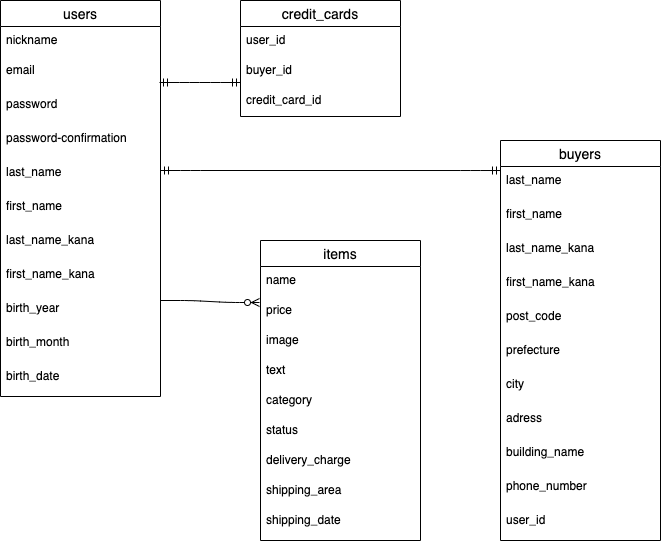
This is table.drawio.png from takuya-tsunematsu/furima-33795, a draw.io export, as it was before one commit. Source tidied: cells renumbered, new cells last; positions are measured from the earlier drawing's top-left corner, leaving out a move shared by most shapes. Source of this version:
```xml
<mxGraphModel>
  <root>
    <mxCell id="0" />
    <mxCell id="1" parent="0" />
    <mxCell id="2" value="users" style="swimlane;fontStyle=0;horizontal=1;startSize=26;align=center;fontSize=14;" parent="1" vertex="1">
      <mxGeometry width="160" height="396" as="geometry" />
    </mxCell>
    <mxCell id="3" value="nickname" style="text;strokeColor=none;fillColor=none;spacingLeft=4;spacingRight=4;overflow=hidden;fontSize=12;" parent="2" vertex="1">
      <mxGeometry y="26" width="160" height="30" as="geometry" />
    </mxCell>
    <mxCell id="4" value="email" style="text;strokeColor=none;fillColor=none;spacingLeft=4;spacingRight=4;overflow=hidden;fontSize=12;" parent="2" vertex="1">
      <mxGeometry y="56" width="160" height="34" as="geometry" />
    </mxCell>
    <mxCell id="5" value="password" style="text;strokeColor=none;fillColor=none;spacingLeft=4;spacingRight=4;overflow=hidden;fontSize=12;" parent="2" vertex="1">
      <mxGeometry y="90" width="160" height="34" as="geometry" />
    </mxCell>
    <mxCell id="6" value="password-confirmation" style="text;strokeColor=none;fillColor=none;spacingLeft=4;spacingRight=4;overflow=hidden;fontSize=12;" parent="2" vertex="1">
      <mxGeometry y="124" width="160" height="34" as="geometry" />
    </mxCell>
    <mxCell id="7" value="last_name" style="text;strokeColor=none;fillColor=none;spacingLeft=4;spacingRight=4;overflow=hidden;fontSize=12;" parent="2" vertex="1">
      <mxGeometry y="158" width="160" height="34" as="geometry" />
    </mxCell>
    <mxCell id="8" value="first_name" style="text;strokeColor=none;fillColor=none;spacingLeft=4;spacingRight=4;overflow=hidden;fontSize=12;" parent="2" vertex="1">
      <mxGeometry y="192" width="160" height="34" as="geometry" />
    </mxCell>
    <mxCell id="9" value="last_name_kana" style="text;strokeColor=none;fillColor=none;spacingLeft=4;spacingRight=4;overflow=hidden;fontSize=12;" parent="2" vertex="1">
      <mxGeometry y="226" width="160" height="34" as="geometry" />
    </mxCell>
    <mxCell id="10" value="first_name_kana" style="text;strokeColor=none;fillColor=none;spacingLeft=4;spacingRight=4;overflow=hidden;fontSize=12;" parent="2" vertex="1">
      <mxGeometry y="260" width="160" height="34" as="geometry" />
    </mxCell>
    <mxCell id="11" value="birth_year" style="text;strokeColor=none;fillColor=none;spacingLeft=4;spacingRight=4;overflow=hidden;fontSize=12;" parent="2" vertex="1">
      <mxGeometry y="294" width="160" height="34" as="geometry" />
    </mxCell>
    <mxCell id="12" value="birth_month" style="text;strokeColor=none;fillColor=none;spacingLeft=4;spacingRight=4;overflow=hidden;fontSize=12;" parent="2" vertex="1">
      <mxGeometry y="328" width="160" height="34" as="geometry" />
    </mxCell>
    <mxCell id="13" value="birth_date" style="text;strokeColor=none;fillColor=none;spacingLeft=4;spacingRight=4;overflow=hidden;fontSize=12;" parent="2" vertex="1">
      <mxGeometry y="362" width="160" height="34" as="geometry" />
    </mxCell>
    <mxCell id="14" value="items" style="swimlane;fontStyle=0;horizontal=1;startSize=26;align=center;fontSize=14;" parent="1" vertex="1">
      <mxGeometry x="260" y="240" width="160" height="300" as="geometry" />
    </mxCell>
    <mxCell id="15" value="name" style="text;strokeColor=none;fillColor=none;spacingLeft=4;spacingRight=4;overflow=hidden;fontSize=12;" parent="14" vertex="1">
      <mxGeometry y="26" width="160" height="30" as="geometry" />
    </mxCell>
    <mxCell id="16" value="price" style="text;strokeColor=none;fillColor=none;spacingLeft=4;spacingRight=4;overflow=hidden;fontSize=12;" parent="14" vertex="1">
      <mxGeometry y="56" width="160" height="30" as="geometry" />
    </mxCell>
    <mxCell id="17" value="image" style="text;strokeColor=none;fillColor=none;spacingLeft=4;spacingRight=4;overflow=hidden;fontSize=12;" parent="14" vertex="1">
      <mxGeometry y="86" width="160" height="30" as="geometry" />
    </mxCell>
    <mxCell id="18" value="text" style="text;strokeColor=none;fillColor=none;spacingLeft=4;spacingRight=4;overflow=hidden;fontSize=12;" parent="14" vertex="1">
      <mxGeometry y="116" width="160" height="30" as="geometry" />
    </mxCell>
    <mxCell id="19" value="category" style="text;strokeColor=none;fillColor=none;spacingLeft=4;spacingRight=4;overflow=hidden;points=[[0,0.5],[1,0.5]];portConstraint=eastwest;fontSize=12;" parent="14" vertex="1">
      <mxGeometry y="146" width="160" height="30" as="geometry" />
    </mxCell>
    <mxCell id="20" value="status" style="text;strokeColor=none;fillColor=none;spacingLeft=4;spacingRight=4;overflow=hidden;fontSize=12;" parent="14" vertex="1">
      <mxGeometry y="176" width="160" height="30" as="geometry" />
    </mxCell>
    <mxCell id="21" value="delivery_charge" style="text;strokeColor=none;fillColor=none;spacingLeft=4;spacingRight=4;overflow=hidden;fontSize=12;" parent="14" vertex="1">
      <mxGeometry y="206" width="160" height="30" as="geometry" />
    </mxCell>
    <mxCell id="22" value="shipping_area" style="text;strokeColor=none;fillColor=none;spacingLeft=4;spacingRight=4;overflow=hidden;fontSize=12;" parent="14" vertex="1">
      <mxGeometry y="236" width="160" height="30" as="geometry" />
    </mxCell>
    <mxCell id="23" value="shipping_date" style="text;strokeColor=none;fillColor=none;spacingLeft=4;spacingRight=4;overflow=hidden;fontSize=12;" parent="14" vertex="1">
      <mxGeometry y="266" width="160" height="34" as="geometry" />
    </mxCell>
    <mxCell id="24" value="buyers" style="swimlane;fontStyle=0;horizontal=1;startSize=26;align=center;fontSize=14;" parent="1" vertex="1">
      <mxGeometry x="500" y="140" width="160" height="400" as="geometry" />
    </mxCell>
    <mxCell id="25" value="last_name" style="text;strokeColor=none;fillColor=none;spacingLeft=4;spacingRight=4;overflow=hidden;points=[[0,0.5],[1,0.5]];portConstraint=eastwest;fontSize=12;" parent="24" vertex="1">
      <mxGeometry y="26" width="160" height="34" as="geometry" />
    </mxCell>
    <mxCell id="26" value="first_name" style="text;strokeColor=none;fillColor=none;spacingLeft=4;spacingRight=4;overflow=hidden;fontSize=12;" parent="24" vertex="1">
      <mxGeometry y="60" width="160" height="34" as="geometry" />
    </mxCell>
    <mxCell id="27" value="last_name_kana" style="text;strokeColor=none;fillColor=none;spacingLeft=4;spacingRight=4;overflow=hidden;fontSize=12;" parent="24" vertex="1">
      <mxGeometry y="94" width="160" height="34" as="geometry" />
    </mxCell>
    <mxCell id="28" value="first_name_kana" style="text;strokeColor=none;fillColor=none;spacingLeft=4;spacingRight=4;overflow=hidden;fontSize=12;" parent="24" vertex="1">
      <mxGeometry y="128" width="160" height="34" as="geometry" />
    </mxCell>
    <mxCell id="29" value="post_code" style="text;strokeColor=none;fillColor=none;spacingLeft=4;spacingRight=4;overflow=hidden;fontSize=12;" parent="24" vertex="1">
      <mxGeometry y="162" width="160" height="34" as="geometry" />
    </mxCell>
    <mxCell id="30" value="prefecture" style="text;strokeColor=none;fillColor=none;spacingLeft=4;spacingRight=4;overflow=hidden;fontSize=12;" parent="24" vertex="1">
      <mxGeometry y="196" width="160" height="34" as="geometry" />
    </mxCell>
    <mxCell id="31" value="city" style="text;strokeColor=none;fillColor=none;spacingLeft=4;spacingRight=4;overflow=hidden;fontSize=12;" parent="24" vertex="1">
      <mxGeometry y="230" width="160" height="34" as="geometry" />
    </mxCell>
    <mxCell id="32" value="adress" style="text;strokeColor=none;fillColor=none;spacingLeft=4;spacingRight=4;overflow=hidden;fontSize=12;" parent="24" vertex="1">
      <mxGeometry y="264" width="160" height="34" as="geometry" />
    </mxCell>
    <mxCell id="33" value="building_name" style="text;strokeColor=none;fillColor=none;spacingLeft=4;spacingRight=4;overflow=hidden;fontSize=12;" parent="24" vertex="1">
      <mxGeometry y="298" width="160" height="34" as="geometry" />
    </mxCell>
    <mxCell id="34" value="phone_number" style="text;strokeColor=none;fillColor=none;spacingLeft=4;spacingRight=4;overflow=hidden;fontSize=12;" parent="24" vertex="1">
      <mxGeometry y="332" width="160" height="34" as="geometry" />
    </mxCell>
    <mxCell id="35" value="user_id" style="text;strokeColor=none;fillColor=none;spacingLeft=4;spacingRight=4;overflow=hidden;fontSize=12;" parent="24" vertex="1">
      <mxGeometry y="366" width="160" height="34" as="geometry" />
    </mxCell>
    <mxCell id="36" value="credit_cards" style="swimlane;fontStyle=0;horizontal=1;startSize=26;align=center;fontSize=14;" parent="1" vertex="1">
      <mxGeometry x="240" width="160" height="116" as="geometry" />
    </mxCell>
    <mxCell id="37" value="user_id" style="text;strokeColor=none;fillColor=none;spacingLeft=4;spacingRight=4;overflow=hidden;fontSize=12;" parent="36" vertex="1">
      <mxGeometry y="26" width="160" height="30" as="geometry" />
    </mxCell>
    <mxCell id="38" value="buyer_id" style="text;strokeColor=none;fillColor=none;spacingLeft=4;spacingRight=4;overflow=hidden;fontSize=12;" parent="36" vertex="1">
      <mxGeometry y="56" width="160" height="30" as="geometry" />
    </mxCell>
    <mxCell id="39" value="credit_card_id" style="text;strokeColor=none;fillColor=none;spacingLeft=4;spacingRight=4;overflow=hidden;fontSize=12;" parent="36" vertex="1">
      <mxGeometry y="86" width="160" height="30" as="geometry" />
    </mxCell>
    <mxCell id="40" style="edgeStyle=entityRelationEdgeStyle;fontSize=12;html=1;endArrow=ERmandOne;startArrow=ERmandOne;" parent="1" edge="1">
      <mxGeometry relative="1" as="geometry">
        <mxPoint x="159" y="82" as="sourcePoint" />
        <mxPoint x="240" y="82" as="targetPoint" />
      </mxGeometry>
    </mxCell>
    <mxCell id="41" style="edgeStyle=entityRelationEdgeStyle;fontSize=12;html=1;endArrow=ERmandOne;startArrow=ERmandOne;entryX=0;entryY=0.118;entryDx=0;entryDy=0;entryPerimeter=0;" parent="1" edge="1" target="25">
      <mxGeometry relative="1" as="geometry">
        <mxPoint x="160" y="170" as="sourcePoint" />
      </mxGeometry>
    </mxCell>
    <mxCell id="42" style="edgeStyle=entityRelationEdgeStyle;fontSize=12;html=1;endArrow=ERzeroToMany;endFill=1;" parent="1" edge="1">
      <mxGeometry relative="1" as="geometry">
        <mxPoint x="160" y="300" as="sourcePoint" />
        <mxPoint x="259" y="302" as="targetPoint" />
      </mxGeometry>
    </mxCell>
  </root>
</mxGraphModel>
```
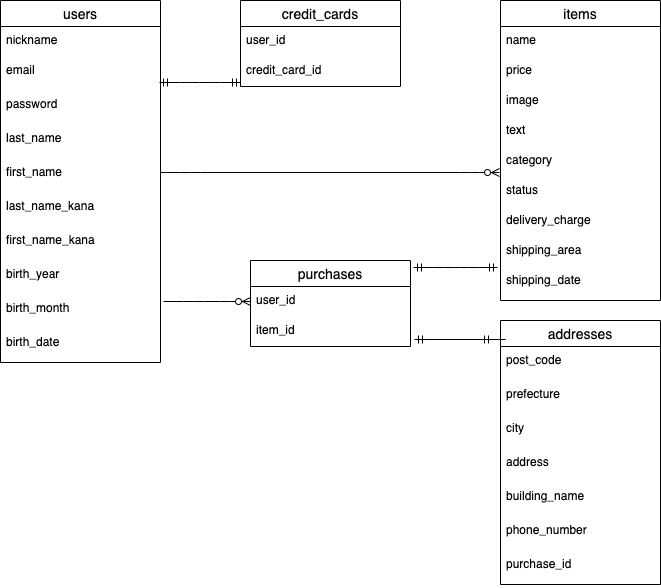
The same diagram one commit later.

Commit message:
【修正】ER図の作成

Change to the diagram source:
```diff
@@ -3,7 +3,7 @@
     <mxCell id="0" />
     <mxCell id="1" parent="0" />
     <mxCell id="2" value="users" style="swimlane;fontStyle=0;horizontal=1;startSize=26;align=center;fontSize=14;" parent="1" vertex="1">
-      <mxGeometry width="160" height="396" as="geometry" />
+      <mxGeometry width="160" height="362" as="geometry" />
     </mxCell>
     <mxCell id="3" value="nickname" style="text;strokeColor=none;fillColor=none;spacingLeft=4;spacingRight=4;overflow=hidden;fontSize=12;" parent="2" vertex="1">
       <mxGeometry y="26" width="160" height="30" as="geometry" />
@@ -14,32 +14,29 @@
     <mxCell id="5" value="password" style="text;strokeColor=none;fillColor=none;spacingLeft=4;spacingRight=4;overflow=hidden;fontSize=12;" parent="2" vertex="1">
       <mxGeometry y="90" width="160" height="34" as="geometry" />
     </mxCell>
-    <mxCell id="6" value="password-confirmation" style="text;strokeColor=none;fillColor=none;spacingLeft=4;spacingRight=4;overflow=hidden;fontSize=12;" parent="2" vertex="1">
-      <mxGeometry y="124" width="160" height="34" as="geometry" />
-    </mxCell>
     <mxCell id="7" value="last_name" style="text;strokeColor=none;fillColor=none;spacingLeft=4;spacingRight=4;overflow=hidden;fontSize=12;" parent="2" vertex="1">
-      <mxGeometry y="158" width="160" height="34" as="geometry" />
+      <mxGeometry y="124" width="160" height="34" as="geometry" />
     </mxCell>
     <mxCell id="8" value="first_name" style="text;strokeColor=none;fillColor=none;spacingLeft=4;spacingRight=4;overflow=hidden;fontSize=12;" parent="2" vertex="1">
-      <mxGeometry y="192" width="160" height="34" as="geometry" />
+      <mxGeometry y="158" width="160" height="34" as="geometry" />
     </mxCell>
     <mxCell id="9" value="last_name_kana" style="text;strokeColor=none;fillColor=none;spacingLeft=4;spacingRight=4;overflow=hidden;fontSize=12;" parent="2" vertex="1">
-      <mxGeometry y="226" width="160" height="34" as="geometry" />
+      <mxGeometry y="192" width="160" height="34" as="geometry" />
     </mxCell>
     <mxCell id="10" value="first_name_kana" style="text;strokeColor=none;fillColor=none;spacingLeft=4;spacingRight=4;overflow=hidden;fontSize=12;" parent="2" vertex="1">
-      <mxGeometry y="260" width="160" height="34" as="geometry" />
+      <mxGeometry y="226" width="160" height="34" as="geometry" />
     </mxCell>
     <mxCell id="11" value="birth_year" style="text;strokeColor=none;fillColor=none;spacingLeft=4;spacingRight=4;overflow=hidden;fontSize=12;" parent="2" vertex="1">
-      <mxGeometry y="294" width="160" height="34" as="geometry" />
+      <mxGeometry y="260" width="160" height="34" as="geometry" />
     </mxCell>
     <mxCell id="12" value="birth_month" style="text;strokeColor=none;fillColor=none;spacingLeft=4;spacingRight=4;overflow=hidden;fontSize=12;" parent="2" vertex="1">
-      <mxGeometry y="328" width="160" height="34" as="geometry" />
+      <mxGeometry y="294" width="160" height="34" as="geometry" />
     </mxCell>
     <mxCell id="13" value="birth_date" style="text;strokeColor=none;fillColor=none;spacingLeft=4;spacingRight=4;overflow=hidden;fontSize=12;" parent="2" vertex="1">
-      <mxGeometry y="362" width="160" height="34" as="geometry" />
+      <mxGeometry y="328" width="160" height="34" as="geometry" />
     </mxCell>
     <mxCell id="14" value="items" style="swimlane;fontStyle=0;horizontal=1;startSize=26;align=center;fontSize=14;" parent="1" vertex="1">
-      <mxGeometry x="260" y="240" width="160" height="300" as="geometry" />
+      <mxGeometry x="500" width="160" height="300" as="geometry" />
     </mxCell>
     <mxCell id="15" value="name" style="text;strokeColor=none;fillColor=none;spacingLeft=4;spacingRight=4;overflow=hidden;fontSize=12;" parent="14" vertex="1">
       <mxGeometry y="26" width="160" height="30" as="geometry" />
@@ -68,53 +65,38 @@
     <mxCell id="23" value="shipping_date" style="text;strokeColor=none;fillColor=none;spacingLeft=4;spacingRight=4;overflow=hidden;fontSize=12;" parent="14" vertex="1">
       <mxGeometry y="266" width="160" height="34" as="geometry" />
     </mxCell>
-    <mxCell id="24" value="buyers" style="swimlane;fontStyle=0;horizontal=1;startSize=26;align=center;fontSize=14;" parent="1" vertex="1">
-      <mxGeometry x="500" y="140" width="160" height="400" as="geometry" />
+    <mxCell id="24" value="addresses" style="swimlane;fontStyle=0;horizontal=1;startSize=26;align=center;fontSize=14;" parent="1" vertex="1">
+      <mxGeometry x="500" y="320" width="160" height="264" as="geometry" />
     </mxCell>
-    <mxCell id="25" value="last_name" style="text;strokeColor=none;fillColor=none;spacingLeft=4;spacingRight=4;overflow=hidden;points=[[0,0.5],[1,0.5]];portConstraint=eastwest;fontSize=12;" parent="24" vertex="1">
-      <mxGeometry y="26" width="160" height="34" as="geometry" />
-    </mxCell>
-    <mxCell id="26" value="first_name" style="text;strokeColor=none;fillColor=none;spacingLeft=4;spacingRight=4;overflow=hidden;fontSize=12;" parent="24" vertex="1">
-      <mxGeometry y="60" width="160" height="34" as="geometry" />
-    </mxCell>
-    <mxCell id="27" value="last_name_kana" style="text;strokeColor=none;fillColor=none;spacingLeft=4;spacingRight=4;overflow=hidden;fontSize=12;" parent="24" vertex="1">
-      <mxGeometry y="94" width="160" height="34" as="geometry" />
-    </mxCell>
-    <mxCell id="28" value="first_name_kana" style="text;strokeColor=none;fillColor=none;spacingLeft=4;spacingRight=4;overflow=hidden;fontSize=12;" parent="24" vertex="1">
-      <mxGeometry y="128" width="160" height="34" as="geometry" />
-    </mxCell>
     <mxCell id="29" value="post_code" style="text;strokeColor=none;fillColor=none;spacingLeft=4;spacingRight=4;overflow=hidden;fontSize=12;" parent="24" vertex="1">
-      <mxGeometry y="162" width="160" height="34" as="geometry" />
+      <mxGeometry y="26" width="160" height="34" as="geometry" />
     </mxCell>
     <mxCell id="30" value="prefecture" style="text;strokeColor=none;fillColor=none;spacingLeft=4;spacingRight=4;overflow=hidden;fontSize=12;" parent="24" vertex="1">
-      <mxGeometry y="196" width="160" height="34" as="geometry" />
+      <mxGeometry y="60" width="160" height="34" as="geometry" />
     </mxCell>
     <mxCell id="31" value="city" style="text;strokeColor=none;fillColor=none;spacingLeft=4;spacingRight=4;overflow=hidden;fontSize=12;" parent="24" vertex="1">
-      <mxGeometry y="230" width="160" height="34" as="geometry" />
+      <mxGeometry y="94" width="160" height="34" as="geometry" />
     </mxCell>
-    <mxCell id="32" value="adress" style="text;strokeColor=none;fillColor=none;spacingLeft=4;spacingRight=4;overflow=hidden;fontSize=12;" parent="24" vertex="1">
-      <mxGeometry y="264" width="160" height="34" as="geometry" />
+    <mxCell id="32" value="address" style="text;strokeColor=none;fillColor=none;spacingLeft=4;spacingRight=4;overflow=hidden;fontSize=12;" parent="24" vertex="1">
+      <mxGeometry y="128" width="160" height="34" as="geometry" />
     </mxCell>
     <mxCell id="33" value="building_name" style="text;strokeColor=none;fillColor=none;spacingLeft=4;spacingRight=4;overflow=hidden;fontSize=12;" parent="24" vertex="1">
-      <mxGeometry y="298" width="160" height="34" as="geometry" />
+      <mxGeometry y="162" width="160" height="34" as="geometry" />
     </mxCell>
     <mxCell id="34" value="phone_number" style="text;strokeColor=none;fillColor=none;spacingLeft=4;spacingRight=4;overflow=hidden;fontSize=12;" parent="24" vertex="1">
-      <mxGeometry y="332" width="160" height="34" as="geometry" />
+      <mxGeometry y="196" width="160" height="34" as="geometry" />
     </mxCell>
-    <mxCell id="35" value="user_id" style="text;strokeColor=none;fillColor=none;spacingLeft=4;spacingRight=4;overflow=hidden;fontSize=12;" parent="24" vertex="1">
-      <mxGeometry y="366" width="160" height="34" as="geometry" />
+    <mxCell id="35" value="purchase_id" style="text;strokeColor=none;fillColor=none;spacingLeft=4;spacingRight=4;overflow=hidden;fontSize=12;" parent="24" vertex="1">
+      <mxGeometry y="230" width="160" height="34" as="geometry" />
     </mxCell>
     <mxCell id="36" value="credit_cards" style="swimlane;fontStyle=0;horizontal=1;startSize=26;align=center;fontSize=14;" parent="1" vertex="1">
-      <mxGeometry x="240" width="160" height="116" as="geometry" />
+      <mxGeometry x="240" width="160" height="86" as="geometry" />
     </mxCell>
     <mxCell id="37" value="user_id" style="text;strokeColor=none;fillColor=none;spacingLeft=4;spacingRight=4;overflow=hidden;fontSize=12;" parent="36" vertex="1">
       <mxGeometry y="26" width="160" height="30" as="geometry" />
     </mxCell>
-    <mxCell id="38" value="buyer_id" style="text;strokeColor=none;fillColor=none;spacingLeft=4;spacingRight=4;overflow=hidden;fontSize=12;" parent="36" vertex="1">
-      <mxGeometry y="56" width="160" height="30" as="geometry" />
-    </mxCell>
     <mxCell id="39" value="credit_card_id" style="text;strokeColor=none;fillColor=none;spacingLeft=4;spacingRight=4;overflow=hidden;fontSize=12;" parent="36" vertex="1">
-      <mxGeometry y="86" width="160" height="30" as="geometry" />
+      <mxGeometry y="56" width="160" height="30" as="geometry" />
     </mxCell>
     <mxCell id="40" style="edgeStyle=entityRelationEdgeStyle;fontSize=12;html=1;endArrow=ERmandOne;startArrow=ERmandOne;" parent="1" edge="1">
       <mxGeometry relative="1" as="geometry">
@@ -122,16 +104,35 @@
         <mxPoint x="240" y="82" as="targetPoint" />
       </mxGeometry>
     </mxCell>
-    <mxCell id="41" style="edgeStyle=entityRelationEdgeStyle;fontSize=12;html=1;endArrow=ERmandOne;startArrow=ERmandOne;entryX=0;entryY=0.118;entryDx=0;entryDy=0;entryPerimeter=0;" parent="1" edge="1" target="25">
-      <mxGeometry relative="1" as="geometry">
-        <mxPoint x="160" y="170" as="sourcePoint" />
-      </mxGeometry>
-    </mxCell>
-    <mxCell id="42" style="edgeStyle=entityRelationEdgeStyle;fontSize=12;html=1;endArrow=ERzeroToMany;endFill=1;" parent="1" edge="1">
+    <mxCell id="42" style="edgeStyle=entityRelationEdgeStyle;fontSize=12;html=1;endArrow=ERzeroToMany;endFill=1;entryX=0;entryY=0.5;entryDx=0;entryDy=0;" parent="1" edge="1" target="44">
       <mxGeometry relative="1" as="geometry">
-        <mxPoint x="160" y="300" as="sourcePoint" />
-        <mxPoint x="259" y="302" as="targetPoint" />
+        <mxPoint x="163" y="301" as="sourcePoint" />
       </mxGeometry>
     </mxCell>
+    <mxCell id="43" value="purchases" style="swimlane;fontStyle=0;horizontal=1;startSize=26;align=center;fontSize=14;" parent="1" vertex="1">
+      <mxGeometry x="250" y="260" width="160" height="86" as="geometry" />
+    </mxCell>
+    <mxCell id="44" value="user_id" style="text;strokeColor=none;fillColor=none;spacingLeft=4;spacingRight=4;overflow=hidden;points=[[0,0.5],[1,0.5]];portConstraint=eastwest;fontSize=12;" parent="43" vertex="1">
+      <mxGeometry y="26" width="160" height="30" as="geometry" />
+    </mxCell>
+    <mxCell id="45" value="item_id" style="text;strokeColor=none;fillColor=none;spacingLeft=4;spacingRight=4;overflow=hidden;points=[[0,0.5],[1,0.5]];portConstraint=eastwest;fontSize=12;" parent="43" vertex="1">
+      <mxGeometry y="56" width="160" height="30" as="geometry" />
+    </mxCell>
+    <mxCell id="46" style="edgeStyle=entityRelationEdgeStyle;fontSize=12;html=1;endArrow=ERzeroToMany;endFill=1;entryX=-0.006;entryY=0.867;entryDx=0;entryDy=0;entryPerimeter=0;" parent="1" edge="1" target="19">
+      <mxGeometry relative="1" as="geometry">
+        <mxPoint x="160" y="172" as="sourcePoint" />
+      </mxGeometry>
+    </mxCell>
+    <mxCell id="47" style="edgeStyle=entityRelationEdgeStyle;fontSize=12;html=1;endArrow=ERmandOne;startArrow=ERmandOne;" parent="1" edge="1">
+      <mxGeometry relative="1" as="geometry">
+        <mxPoint x="413" y="267" as="sourcePoint" />
+        <mxPoint x="497" y="267" as="targetPoint" />
+      </mxGeometry>
+    </mxCell>
+    <mxCell id="48" style="edgeStyle=entityRelationEdgeStyle;fontSize=12;html=1;endArrow=ERmandOne;startArrow=ERmandOne;entryX=1.025;entryY=0.767;entryDx=0;entryDy=0;entryPerimeter=0;" parent="1" edge="1" target="45">
+      <mxGeometry relative="1" as="geometry">
+        <mxPoint x="480" y="339" as="sourcePoint" />
+      </mxGeometry>
+    </mxCell>
   </root>
 </mxGraphModel>
```
